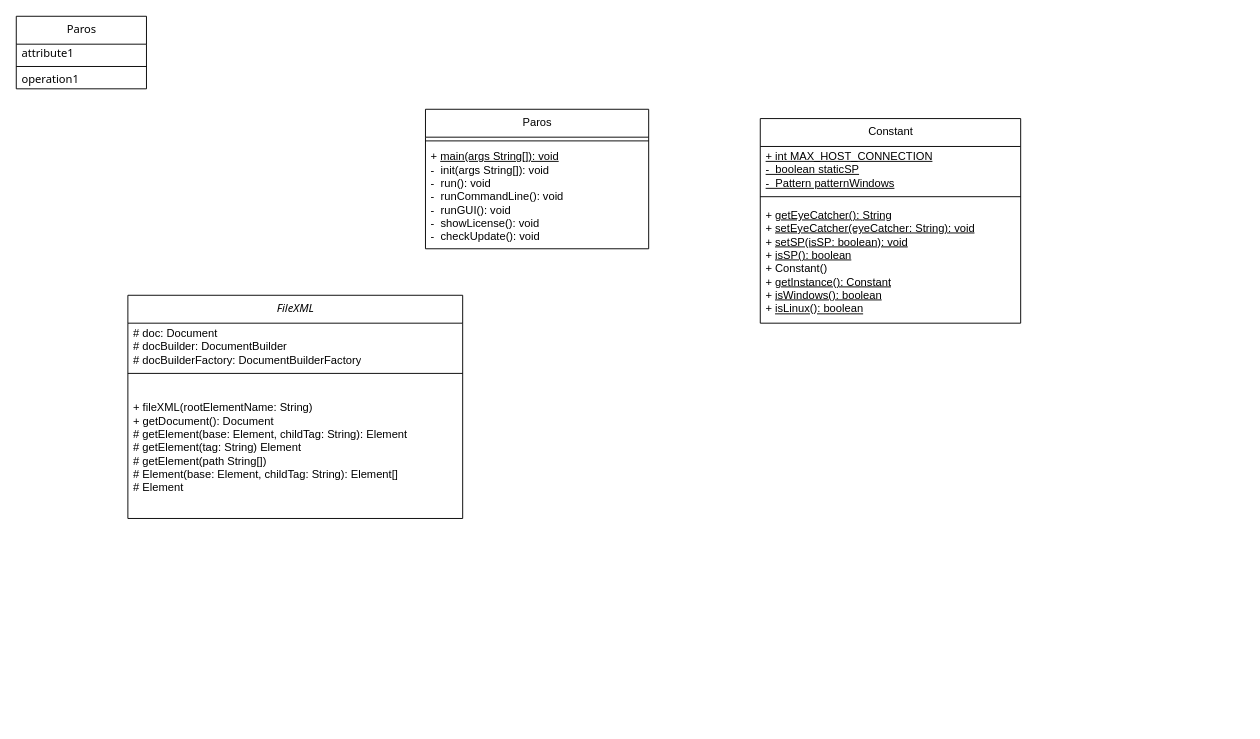
This is Untitled Diagram.drawio from NitipoomKlaynium/SAD, a draw.io file, before an edit. Source tidied: cells renumbered, new cells numbered last; positions are measured from the earlier drawing's top-left corner, leaving out a move shared by most shapes. Both pictures are drawn from the tidied source at 93%, with x=0, y=0 at pixel (16, 16).
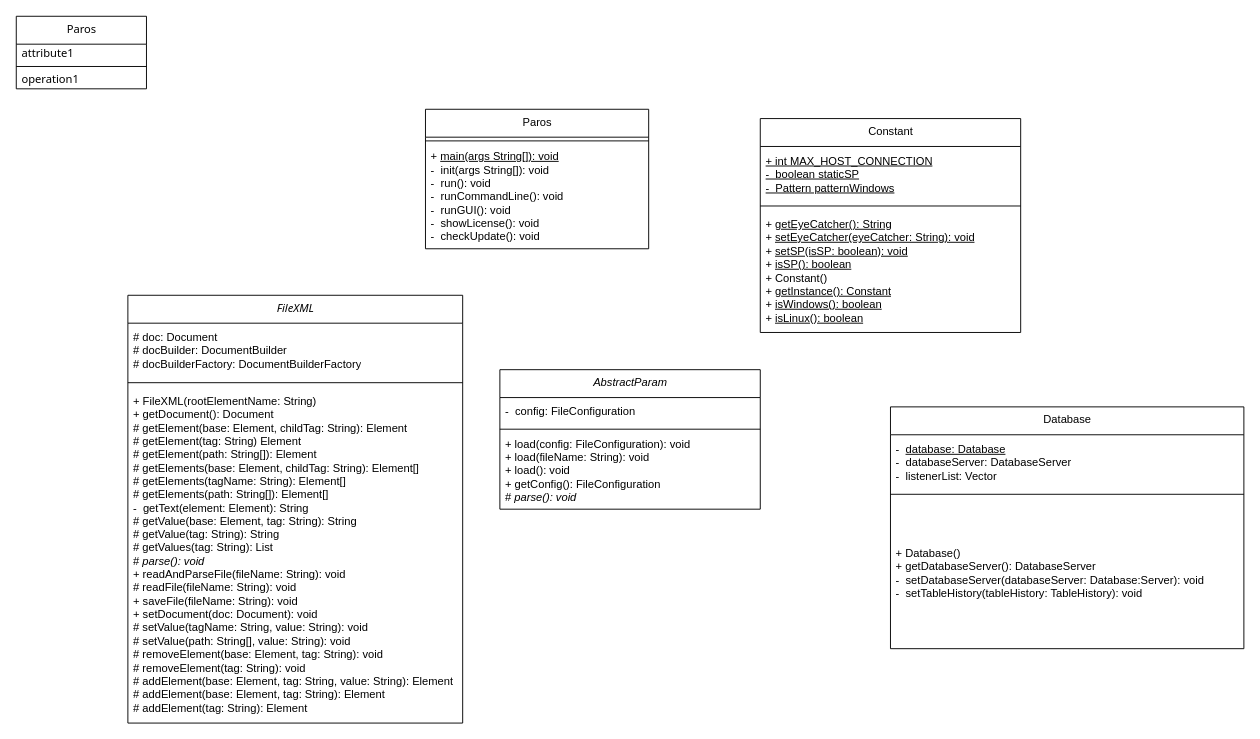
The same page after the edit.

The edit, as a diff of the source:
```diff
@@
     <mxCell id="9" value="&lt;font face=&quot;Helvetica&quot;&gt;Constant&lt;/font&gt;" style="swimlane;fontStyle=0;align=center;verticalAlign=top;horizontal=1;startSize=30;html=1;" parent="1" vertex="1">
-      <mxGeometry x="800" y="110" width="280" height="220" as="geometry" />
+      <mxGeometry x="800" y="110" width="280" height="230" as="geometry" />
     </mxCell>
     <mxCell id="10" value="&lt;div&gt;&lt;font face=&quot;Helvetica&quot;&gt;&lt;u&gt;+ int MAX_HOST_CONNECTION&lt;br&gt;&lt;/u&gt;&lt;/font&gt;&lt;/div&gt;&lt;div&gt;&lt;font face=&quot;Helvetica&quot;&gt;&lt;u&gt;-&amp;nbsp; boolean staticSP&lt;br&gt;&lt;/u&gt;&lt;/font&gt;&lt;/div&gt;&lt;div&gt;&lt;font face=&quot;Helvetica&quot;&gt;&lt;u&gt;-&amp;nbsp; Pattern patternWindows&lt;br&gt;&lt;/u&gt;&lt;/font&gt;&lt;/div&gt;" style="text;html=1;strokeColor=none;fillColor=none;align=left;verticalAlign=middle;spacingLeft=4;spacingRight=4;overflow=hidden;" parent="9" vertex="1">
-      <mxGeometry y="30" width="280" height="50" as="geometry" />
+      <mxGeometry y="30" width="280" height="60" as="geometry" />
     </mxCell>
     <mxCell id="11" style="line;strokeWidth=1;fillColor=none;align=left;verticalAlign=middle;spacingTop=-1;spacingLeft=3;spacingRight=3;labelPosition=right;" parent="9" vertex="1">
-      <mxGeometry y="80" width="280" height="8" as="geometry" />
+      <mxGeometry y="90" width="280" height="8" as="geometry" />
     </mxCell>
     <mxCell id="12" value="&lt;div&gt;&lt;font face=&quot;Helvetica&quot;&gt;+ &lt;u&gt;getEyeCatcher(): String&lt;br&gt;&lt;/u&gt;&lt;/font&gt;&lt;/div&gt;&lt;div&gt;&lt;font face=&quot;Helvetica&quot;&gt;+ &lt;u&gt;setEyeCatcher(eyeCatcher: String): void&lt;br&gt;&lt;/u&gt;&lt;/font&gt;&lt;/div&gt;&lt;div&gt;&lt;font face=&quot;Helvetica&quot;&gt;+ &lt;u&gt;setSP(isSP: boolean): void&lt;br&gt;&lt;/u&gt;&lt;/font&gt;&lt;/div&gt;&lt;div&gt;&lt;font face=&quot;Helvetica&quot;&gt;+ &lt;u&gt;isSP(): boolean&lt;/u&gt;&lt;br&gt;&lt;/font&gt;&lt;/div&gt;&lt;div&gt;&lt;font face=&quot;Helvetica&quot;&gt;+ Constant()&lt;br&gt;&lt;/font&gt;&lt;/div&gt;&lt;div&gt;&lt;font face=&quot;Helvetica&quot;&gt;+ &lt;u&gt;getInstance(): Constant&lt;/u&gt;&lt;/font&gt;&lt;/div&gt;&lt;div&gt;&lt;font face=&quot;Helvetica&quot;&gt;+ &lt;u&gt;isWindows(): boolean&lt;/u&gt;&lt;br&gt;&lt;/font&gt;&lt;/div&gt;&lt;div&gt;&lt;font face=&quot;Helvetica&quot;&gt;+ &lt;u&gt;isLinux(): boolean&lt;/u&gt;&lt;br&gt;&lt;/font&gt;&lt;/div&gt;" style="text;html=1;strokeColor=none;fillColor=none;align=left;verticalAlign=middle;spacingLeft=4;spacingRight=4;overflow=hidden;" parent="9" vertex="1">
-      <mxGeometry y="88" width="280" height="132" as="geometry" />
+      <mxGeometry y="98" width="280" height="132" as="geometry" />
     </mxCell>
     <mxCell id="13" value="&lt;font face=&quot;Tahoma&quot;&gt;&lt;i&gt;FileXML&lt;/i&gt;&lt;/font&gt;" style="swimlane;fontStyle=0;align=center;verticalAlign=top;horizontal=1;startSize=30;html=1;" parent="1" vertex="1">
-      <mxGeometry x="120" y="300" width="360" height="240" as="geometry" />
+      <mxGeometry x="120" y="300" width="360" height="460" as="geometry" />
     </mxCell>
     <mxCell id="14" value="&lt;div&gt;&lt;font face=&quot;Helvetica&quot;&gt;# doc: Document&lt;/font&gt;&lt;/div&gt;&lt;div&gt;&lt;font face=&quot;Helvetica&quot;&gt;# docBuilder: DocumentBuilder&lt;/font&gt;&lt;/div&gt;&lt;div&gt;&lt;font face=&quot;Helvetica&quot;&gt;# docBuilderFactory: DocumentBuilderFactory&lt;br&gt;&lt;/font&gt;&lt;/div&gt;" style="text;html=1;strokeColor=none;fillColor=none;align=left;verticalAlign=middle;spacingLeft=4;spacingRight=4;overflow=hidden;" parent="13" vertex="1">
-      <mxGeometry y="30" width="360" height="50" as="geometry" />
+      <mxGeometry y="30" width="360" height="60" as="geometry" />
     </mxCell>
     <mxCell id="15" style="line;strokeWidth=1;fillColor=none;align=left;verticalAlign=middle;spacingTop=-1;spacingLeft=3;spacingRight=3;labelPosition=right;" parent="13" vertex="1">
-      <mxGeometry y="80" width="360" height="8" as="geometry" />
+      <mxGeometry y="90" width="360" height="8" as="geometry" />
     </mxCell>
-    <mxCell id="16" value="&lt;div&gt;&lt;font face=&quot;Helvetica&quot;&gt;+ fileXML(rootElementName: String)&lt;/font&gt;&lt;/div&gt;&lt;div&gt;&lt;font face=&quot;Helvetica&quot;&gt;+ getDocument(): Document&lt;/font&gt;&lt;/div&gt;&lt;div&gt;&lt;font face=&quot;Helvetica&quot;&gt;# getElement(base: Element, childTag: String): Element&lt;/font&gt;&lt;/div&gt;&lt;div&gt;&lt;font face=&quot;Helvetica&quot;&gt;# getElement(tag: String) Element&lt;/font&gt;&lt;/div&gt;&lt;div&gt;&lt;font face=&quot;Helvetica&quot;&gt;# getElement(path String[])&lt;/font&gt;&lt;/div&gt;&lt;div&gt;&lt;font face=&quot;Helvetica&quot;&gt;# Element(base: Element, childTag: String): Element[]&lt;br&gt;&lt;/font&gt;&lt;/div&gt;&lt;div&gt;&lt;font face=&quot;Helvetica&quot;&gt;# Element&lt;br&gt;&lt;/font&gt;&lt;/div&gt;" style="text;html=1;strokeColor=none;fillColor=none;align=left;verticalAlign=middle;spacingLeft=4;spacingRight=4;overflow=hidden;" parent="13" vertex="1">
-      <mxGeometry y="88" width="360" height="152" as="geometry" />
+    <mxCell id="16" value="&lt;div&gt;&lt;font face=&quot;Helvetica&quot;&gt;+ FileXML(rootElementName: String)&lt;/font&gt;&lt;/div&gt;&lt;div&gt;&lt;font face=&quot;Helvetica&quot;&gt;+ getDocument(): Document&lt;/font&gt;&lt;/div&gt;&lt;div&gt;&lt;font face=&quot;Helvetica&quot;&gt;# getElement(base: Element, childTag: String): Element&lt;/font&gt;&lt;/div&gt;&lt;div&gt;&lt;font face=&quot;Helvetica&quot;&gt;# getElement(tag: String) Element&lt;/font&gt;&lt;/div&gt;&lt;div&gt;&lt;font face=&quot;Helvetica&quot;&gt;# getElement(path: String[]): Element&lt;br&gt;&lt;/font&gt;&lt;/div&gt;&lt;div&gt;&lt;font face=&quot;Helvetica&quot;&gt;# getElements(base: Element, childTag: String): Element[]&lt;br&gt;&lt;/font&gt;&lt;/div&gt;&lt;div&gt;&lt;font face=&quot;Helvetica&quot;&gt;# getElements(tagName: String&lt;span style=&quot;white-space: pre&quot;&gt;&lt;/span&gt;): Element[]&lt;/font&gt;&lt;/div&gt;&lt;div&gt;&lt;font face=&quot;Helvetica&quot;&gt;# getElements(path: String[]): Element[]&lt;/font&gt;&lt;/div&gt;&lt;div&gt;&lt;font face=&quot;Helvetica&quot;&gt;-&amp;nbsp; getText(element: Element): String&lt;/font&gt;&lt;/div&gt;&lt;div&gt;&lt;font face=&quot;Helvetica&quot;&gt;# getValue(base: Element, tag: String): String&lt;br&gt;&lt;/font&gt;&lt;/div&gt;&lt;div&gt;&lt;font face=&quot;Helvetica&quot;&gt;# getValue(tag: String): String&lt;span style=&quot;white-space: pre&quot;&gt;&lt;br&gt;&lt;/span&gt;&lt;/font&gt;&lt;/div&gt;&lt;div&gt;&lt;font face=&quot;Helvetica&quot;&gt;&lt;span style=&quot;white-space: pre&quot;&gt;# getValues(tag: String): List&lt;/span&gt;&lt;/font&gt;&lt;/div&gt;&lt;div&gt;&lt;font face=&quot;Helvetica&quot;&gt;&lt;span style=&quot;white-space: pre&quot;&gt;# &lt;i&gt;parse(): void&lt;/i&gt;&lt;/span&gt;&lt;/font&gt;&lt;/div&gt;&lt;div&gt;&lt;font face=&quot;Helvetica&quot;&gt;&lt;span style=&quot;white-space: pre&quot;&gt;+ readAndParseFile(fileName: String): void&lt;/span&gt;&lt;br&gt;&lt;/font&gt;&lt;/div&gt;&lt;div&gt;&lt;font face=&quot;Helvetica&quot;&gt;# readFile(fileName: String): void&lt;/font&gt;&lt;/div&gt;&lt;div&gt;&lt;font face=&quot;Helvetica&quot;&gt;+ saveFile(fileName: String): void&lt;br&gt;&lt;/font&gt;&lt;/div&gt;&lt;div&gt;&lt;font face=&quot;Helvetica&quot;&gt;+ setDocument(doc: Document): void&lt;br&gt;&lt;/font&gt;&lt;/div&gt;&lt;div&gt;&lt;font face=&quot;Helvetica&quot;&gt;# setValue(tagName: String, value: String): void&lt;br&gt;&lt;/font&gt;&lt;/div&gt;&lt;div&gt;&lt;font face=&quot;Helvetica&quot;&gt;# setValue(path: String[], value: String): void&lt;br&gt;&lt;/font&gt;&lt;/div&gt;&lt;div&gt;&lt;font face=&quot;Helvetica&quot;&gt;# removeElement(base: Element, tag: String): void&lt;/font&gt;&lt;/div&gt;&lt;div&gt;&lt;font face=&quot;Helvetica&quot;&gt;# removeElement(tag: String): void&lt;/font&gt;&lt;/div&gt;&lt;div&gt;&lt;font face=&quot;Helvetica&quot;&gt;# addElement(base: Element, tag: String, value: String): Element&lt;/font&gt;&lt;/div&gt;&lt;div&gt;&lt;font face=&quot;Helvetica&quot;&gt;# addElement(base: Element, tag: String): Element&lt;br&gt;&lt;/font&gt;&lt;/div&gt;# addElement(tag: String): Element" style="text;html=1;strokeColor=none;fillColor=none;align=left;verticalAlign=middle;spacingLeft=4;spacingRight=4;overflow=hidden;" parent="13" vertex="1">
+      <mxGeometry y="98" width="360" height="362" as="geometry" />
     </mxCell>
+    <mxCell id="17" value="&lt;i&gt;AbstractParam&lt;/i&gt;" style="swimlane;fontStyle=0;align=center;verticalAlign=top;horizontal=1;startSize=30;html=1;" parent="1" vertex="1">
+      <mxGeometry x="520" y="380" width="280" height="150" as="geometry" />
+    </mxCell>
+    <mxCell id="18" value="-&amp;nbsp; config: FileConfiguration" style="text;html=1;strokeColor=none;fillColor=none;align=left;verticalAlign=middle;spacingLeft=4;spacingRight=4;overflow=hidden;" parent="17" vertex="1">
+      <mxGeometry y="30" width="280" height="30" as="geometry" />
+    </mxCell>
+    <mxCell id="19" style="line;strokeWidth=1;fillColor=none;align=left;verticalAlign=middle;spacingTop=-1;spacingLeft=3;spacingRight=3;labelPosition=right;" parent="17" vertex="1">
+      <mxGeometry y="60" width="280" height="8" as="geometry" />
+    </mxCell>
+    <mxCell id="20" value="&lt;div&gt;+ load(config: FileConfiguration): void&lt;/div&gt;&lt;div&gt;+ load(fileName: String): void&lt;/div&gt;&lt;div&gt;+ load(): void&lt;/div&gt;&lt;div&gt;+ getConfig(): FileConfiguration&lt;/div&gt;&lt;div&gt;# &lt;i&gt;parse(): void&lt;/i&gt;&lt;br&gt;&lt;/div&gt;" style="text;html=1;strokeColor=none;fillColor=none;align=left;verticalAlign=middle;spacingLeft=4;spacingRight=4;overflow=hidden;" parent="17" vertex="1">
+      <mxGeometry y="68" width="280" height="82" as="geometry" />
+    </mxCell>
+    <mxCell id="21" value="Database" style="swimlane;fontStyle=0;align=center;verticalAlign=top;horizontal=1;startSize=30;html=1;" parent="1" vertex="1">
+      <mxGeometry x="940" y="420" width="380" height="260" as="geometry" />
+    </mxCell>
+    <mxCell id="22" value="&lt;div&gt;-&amp;nbsp; &lt;u&gt;database: Database&lt;br&gt;&lt;/u&gt;&lt;/div&gt;&lt;div&gt;-&amp;nbsp; databaseServer: DatabaseServer&lt;br&gt;&lt;/div&gt;-&amp;nbsp; listenerList: Vector" style="text;html=1;strokeColor=none;fillColor=none;align=left;verticalAlign=middle;spacingLeft=4;spacingRight=4;overflow=hidden;" parent="21" vertex="1">
+      <mxGeometry y="30" width="380" height="60" as="geometry" />
+    </mxCell>
+    <mxCell id="23" style="line;strokeWidth=1;fillColor=none;align=left;verticalAlign=middle;spacingTop=-1;spacingLeft=3;spacingRight=3;labelPosition=right;" parent="21" vertex="1">
+      <mxGeometry y="90" width="380" height="8" as="geometry" />
+    </mxCell>
+    <mxCell id="24" value="&lt;div&gt;+ Database()&lt;/div&gt;&lt;div&gt;+ getDatabaseServer(): DatabaseServer&lt;/div&gt;&lt;div&gt;-&amp;nbsp; setDatabaseServer(databaseServer: Database:Server): void&lt;br&gt;&lt;/div&gt;&lt;div&gt;-&amp;nbsp; setTableHistory(tableHistory: TableHistory): void&lt;br&gt;&lt;/div&gt;" style="text;html=1;strokeColor=none;fillColor=none;align=left;verticalAlign=middle;spacingLeft=4;spacingRight=4;overflow=hidden;" parent="21" vertex="1">
+      <mxGeometry y="98" width="380" height="162" as="geometry" />
+    </mxCell>
```
